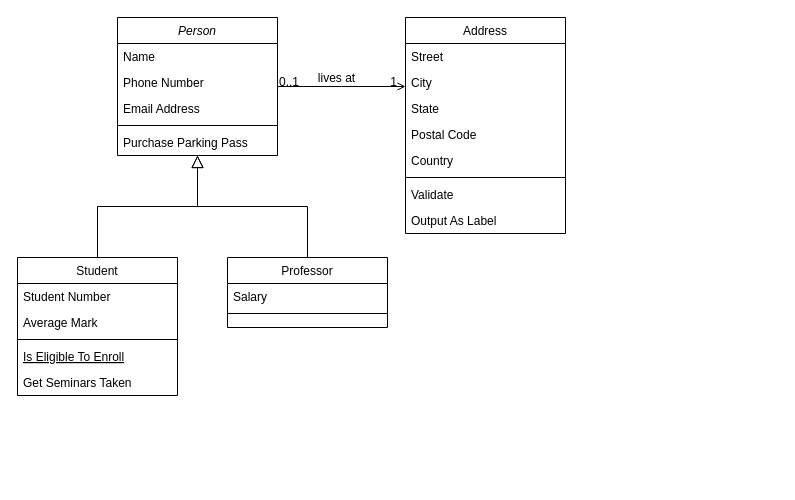
Fatiroot/dashboard_movies-series keeps this draw.io diagram as Diagramme sans nom.drawio. Above is the earlier version. Source tidied: cells renumbered, new cells numbered last; positions are measured from the earlier drawing's top-left corner, leaving out a move shared by most shapes. Both pictures are drawn from the tidied source at 100%, with x=0, y=0 at pixel (17, 17).
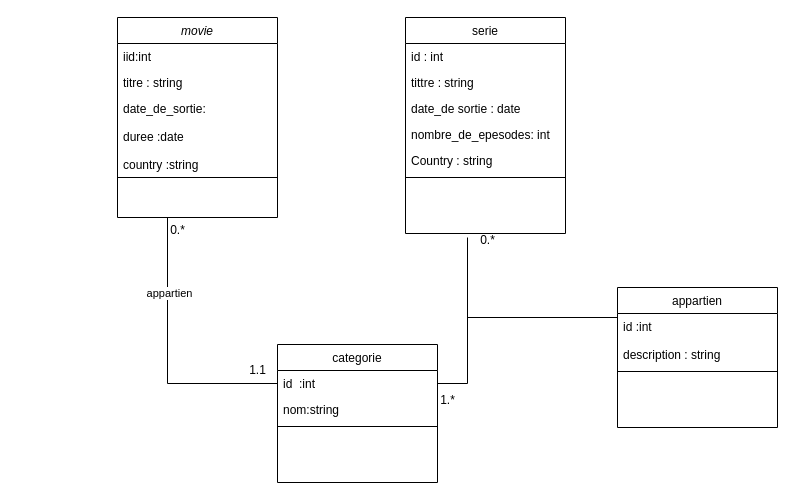
Above is the later version.

Commit message:
Mettre à jour Diagramme classe

Diff of the diagram source:
```diff
@@
-    <mxCell id="2" value="Person" style="swimlane;fontStyle=2;align=center;verticalAlign=top;horizontal=1;startSize=26;rounded=0;shadow=0;strokeWidth=1;" parent="1" vertex="1">
-      <mxGeometry x="100" width="160" height="138" as="geometry" />
+    <mxCell id="2" value="movie" style="swimlane;fontStyle=2;align=center;verticalAlign=top;horizontal=1;startSize=26;rounded=0;shadow=0;strokeWidth=1;" parent="1" vertex="1">
+      <mxGeometry x="100" width="160" height="200" as="geometry" />
     </mxCell>
-    <mxCell id="3" value="Name" style="text;align=left;verticalAlign=top;spacingLeft=4;spacingRight=4;overflow=hidden;" parent="2" vertex="1">
+    <mxCell id="3" value="iid:int" style="text;align=left;verticalAlign=top;spacingLeft=4;spacingRight=4;overflow=hidden;" parent="2" vertex="1">
       <mxGeometry y="26" width="160" height="26" as="geometry" />
     </mxCell>
-    <mxCell id="4" value="Phone Number" style="text;align=left;verticalAlign=top;spacingLeft=4;spacingRight=4;overflow=hidden;rounded=0;shadow=0;html=0;" parent="2" vertex="1">
+    <mxCell id="4" value="titre : string" style="text;align=left;verticalAlign=top;spacingLeft=4;spacingRight=4;overflow=hidden;rounded=0;shadow=0;html=0;" parent="2" vertex="1">
       <mxGeometry y="52" width="160" height="26" as="geometry" />
     </mxCell>
-    <mxCell id="5" value="Email Address" style="text;align=left;verticalAlign=top;spacingLeft=4;spacingRight=4;overflow=hidden;rounded=0;shadow=0;html=0;" parent="2" vertex="1">
-      <mxGeometry y="78" width="160" height="26" as="geometry" />
+    <mxCell id="5" value="date_de_sortie:&#10;&#10;duree :date&#10;&#10;country :string&#10;&#10;" style="text;align=left;verticalAlign=top;spacingLeft=4;spacingRight=4;overflow=hidden;rounded=0;shadow=0;html=0;" parent="2" vertex="1">
+      <mxGeometry y="78" width="160" height="72" as="geometry" />
     </mxCell>
     <mxCell id="6" style="line;html=1;strokeWidth=1;align=left;verticalAlign=middle;spacingTop=-1;spacingLeft=3;spacingRight=3;labelPosition=right;" parent="2" vertex="1">
-      <mxGeometry y="104" width="160" height="8" as="geometry" />
+      <mxGeometry y="150" width="160" height="20" as="geometry" />
     </mxCell>
-    <mxCell id="7" value="Purchase Parking Pass" style="text;align=left;verticalAlign=top;spacingLeft=4;spacingRight=4;overflow=hidden;" parent="2" vertex="1">
-      <mxGeometry y="112" width="160" height="26" as="geometry" />
-    </mxCell>
-    <mxCell id="8" value="Student" style="swimlane;fontStyle=0;align=center;verticalAlign=top;horizontal=1;startSize=26;rounded=0;shadow=0;strokeWidth=1;" parent="1" vertex="1">
-      <mxGeometry y="240" width="160" height="138" as="geometry" />
+    <mxCell id="8" value="categorie" style="swimlane;fontStyle=0;align=center;verticalAlign=top;horizontal=1;startSize=26;rounded=0;shadow=0;strokeWidth=1;" parent="1" vertex="1">
+      <mxGeometry x="260" y="327" width="160" height="138" as="geometry" />
     </mxCell>
-    <mxCell id="9" value="Student Number" style="text;align=left;verticalAlign=top;spacingLeft=4;spacingRight=4;overflow=hidden;points=[[0,0.5],[1,0.5]];portConstraint=eastwest;" parent="8" vertex="1">
+    <mxCell id="9" value="id  :int" style="text;align=left;verticalAlign=top;spacingLeft=4;spacingRight=4;overflow=hidden;points=[[0,0.5],[1,0.5]];portConstraint=eastwest;" parent="8" vertex="1">
       <mxGeometry y="26" width="160" height="26" as="geometry" />
     </mxCell>
-    <mxCell id="10" value="Average Mark" style="text;align=left;verticalAlign=top;spacingLeft=4;spacingRight=4;overflow=hidden;rounded=0;shadow=0;html=0;" parent="8" vertex="1">
+    <mxCell id="10" value="nom:string" style="text;align=left;verticalAlign=top;spacingLeft=4;spacingRight=4;overflow=hidden;rounded=0;shadow=0;html=0;" parent="8" vertex="1">
       <mxGeometry y="52" width="160" height="26" as="geometry" />
     </mxCell>
@@
-    <mxCell id="12" value="Is Eligible To Enroll" style="text;align=left;verticalAlign=top;spacingLeft=4;spacingRight=4;overflow=hidden;fontStyle=4;" parent="8" vertex="1">
-      <mxGeometry y="86" width="160" height="26" as="geometry" />
-    </mxCell>
-    <mxCell id="13" value="Get Seminars Taken" style="text;align=left;verticalAlign=top;spacingLeft=4;spacingRight=4;overflow=hidden;" parent="8" vertex="1">
-      <mxGeometry y="112" width="160" height="26" as="geometry" />
-    </mxCell>
-    <mxCell id="14" style="endArrow=block;endSize=10;endFill=0;shadow=0;strokeWidth=1;rounded=0;edgeStyle=elbowEdgeStyle;elbow=vertical;" parent="1" edge="1" source="8" target="2">
-      <mxGeometry relative="1" as="geometry" />
-    </mxCell>
-    <mxCell id="15" value="Professor" style="swimlane;fontStyle=0;align=center;verticalAlign=top;horizontal=1;startSize=26;rounded=0;shadow=0;strokeWidth=1;" parent="1" vertex="1">
-      <mxGeometry x="210" y="240" width="160" height="70" as="geometry" />
+    <mxCell id="15" value="appartien" style="swimlane;fontStyle=0;align=center;verticalAlign=top;horizontal=1;startSize=26;rounded=0;shadow=0;strokeWidth=1;" parent="1" vertex="1">
+      <mxGeometry x="600" y="270" width="160" height="140" as="geometry" />
     </mxCell>
-    <mxCell id="16" value="Salary" style="text;align=left;verticalAlign=top;spacingLeft=4;spacingRight=4;overflow=hidden;" parent="15" vertex="1">
-      <mxGeometry y="26" width="160" height="26" as="geometry" />
+    <mxCell id="16" value="id :int&#10;&#10;description : string" style="text;align=left;verticalAlign=top;spacingLeft=4;spacingRight=4;overflow=hidden;" parent="15" vertex="1">
+      <mxGeometry y="26" width="160" height="54" as="geometry" />
     </mxCell>
     <mxCell id="17" style="line;html=1;strokeWidth=1;align=left;verticalAlign=middle;spacingTop=-1;spacingLeft=3;spacingRight=3;labelPosition=right;" parent="15" vertex="1">
-      <mxGeometry y="52" width="160" height="8" as="geometry" />
+      <mxGeometry y="80" width="160" height="8" as="geometry" />
     </mxCell>
-    <mxCell id="18" style="endArrow=block;endSize=10;endFill=0;shadow=0;strokeWidth=1;rounded=0;edgeStyle=elbowEdgeStyle;elbow=vertical;" parent="1" edge="1" source="15" target="2">
-      <mxGeometry relative="1" as="geometry" />
-    </mxCell>
-    <mxCell id="19" value="Address" style="swimlane;fontStyle=0;align=center;verticalAlign=top;horizontal=1;startSize=26;rounded=0;shadow=0;strokeWidth=1;" parent="1" vertex="1">
+    <mxCell id="19" value="serie" style="swimlane;fontStyle=0;align=center;verticalAlign=top;horizontal=1;startSize=26;rounded=0;shadow=0;strokeWidth=1;" parent="1" vertex="1">
       <mxGeometry x="388" width="160" height="216" as="geometry" />
     </mxCell>
-    <mxCell id="20" value="Street" style="text;align=left;verticalAlign=top;spacingLeft=4;spacingRight=4;overflow=hidden;" parent="19" vertex="1">
+    <mxCell id="20" value="id : int" style="text;align=left;verticalAlign=top;spacingLeft=4;spacingRight=4;overflow=hidden;" parent="19" vertex="1">
       <mxGeometry y="26" width="160" height="26" as="geometry" />
     </mxCell>
-    <mxCell id="21" value="City" style="text;align=left;verticalAlign=top;spacingLeft=4;spacingRight=4;overflow=hidden;rounded=0;shadow=0;html=0;" parent="19" vertex="1">
+    <mxCell id="21" value="tittre : string" style="text;align=left;verticalAlign=top;spacingLeft=4;spacingRight=4;overflow=hidden;rounded=0;shadow=0;html=0;" parent="19" vertex="1">
       <mxGeometry y="52" width="160" height="26" as="geometry" />
     </mxCell>
-    <mxCell id="22" value="State" style="text;align=left;verticalAlign=top;spacingLeft=4;spacingRight=4;overflow=hidden;rounded=0;shadow=0;html=0;" parent="19" vertex="1">
+    <mxCell id="22" value="date_de sortie : date" style="text;align=left;verticalAlign=top;spacingLeft=4;spacingRight=4;overflow=hidden;rounded=0;shadow=0;html=0;" parent="19" vertex="1">
       <mxGeometry y="78" width="160" height="26" as="geometry" />
     </mxCell>
-    <mxCell id="23" value="Postal Code" style="text;align=left;verticalAlign=top;spacingLeft=4;spacingRight=4;overflow=hidden;rounded=0;shadow=0;html=0;" parent="19" vertex="1">
+    <mxCell id="23" value="nombre_de_epesodes: int" style="text;align=left;verticalAlign=top;spacingLeft=4;spacingRight=4;overflow=hidden;rounded=0;shadow=0;html=0;" parent="19" vertex="1">
       <mxGeometry y="104" width="160" height="26" as="geometry" />
     </mxCell>
-    <mxCell id="24" value="Country" style="text;align=left;verticalAlign=top;spacingLeft=4;spacingRight=4;overflow=hidden;rounded=0;shadow=0;html=0;" parent="19" vertex="1">
+    <mxCell id="24" value="Country : string" style="text;align=left;verticalAlign=top;spacingLeft=4;spacingRight=4;overflow=hidden;rounded=0;shadow=0;html=0;" parent="19" vertex="1">
       <mxGeometry y="130" width="160" height="26" as="geometry" />
     </mxCell>
@@
-    <mxCell id="26" value="Validate" style="text;align=left;verticalAlign=top;spacingLeft=4;spacingRight=4;overflow=hidden;" parent="19" vertex="1">
-      <mxGeometry y="164" width="160" height="26" as="geometry" />
-    </mxCell>
-    <mxCell id="27" value="Output As Label" style="text;align=left;verticalAlign=top;spacingLeft=4;spacingRight=4;overflow=hidden;" parent="19" vertex="1">
-      <mxGeometry y="190" width="160" height="26" as="geometry" />
-    </mxCell>
-    <mxCell id="28" style="endArrow=open;shadow=0;strokeWidth=1;rounded=0;endFill=1;edgeStyle=elbowEdgeStyle;elbow=vertical;" parent="1" edge="1" source="2" target="19">
-      <mxGeometry x="0.5" y="41" relative="1" as="geometry">
-        <mxPoint x="-40" y="32" as="offset" />
-      </mxGeometry>
-    </mxCell>
-    <mxCell id="29" value="0..1" style="align=left;verticalAlign=bottom;labelBackgroundColor=none;fontSize=12;" parent="28" vertex="1">
-      <mxGeometry x="-1" relative="1" as="geometry">
-        <mxPoint y="4" as="offset" />
-      </mxGeometry>
-    </mxCell>
-    <mxCell id="30" value="1" style="align=right;verticalAlign=bottom;labelBackgroundColor=none;fontSize=12;" parent="28" vertex="1">
-      <mxGeometry x="1" relative="1" as="geometry">
-        <mxPoint x="-7" y="4" as="offset" />
-      </mxGeometry>
-    </mxCell>
-    <mxCell id="31" value="lives at" style="text;html=1;align=center;verticalAlign=middle;labelBackgroundColor=none;rounded=0;shadow=0;strokeWidth=1;fontSize=12;" parent="28" vertex="1">
-      <mxGeometry x="0.5" y="49" relative="1" as="geometry">
-        <mxPoint x="-38" y="40" as="offset" />
-      </mxGeometry>
-    </mxCell>
+    <mxCell id="32" style="endArrow=none;html=1;rounded=0;exitX=0;exitY=0.5;exitDx=0;exitDy=0;" parent="1" edge="1" source="9">
+      <mxGeometry relative="1" as="geometry">
+        <mxPoint x="150" y="200" as="targetPoint" />
+        <Array as="points">
+          <mxPoint x="150" y="366" />
+        </Array>
+      </mxGeometry>
+    </mxCell>
+    <mxCell id="33" value="appartien" style="edgeLabel;html=1;align=center;verticalAlign=middle;" parent="32" vertex="1">
+      <mxGeometry x="0.46" y="-1" relative="1" as="geometry" />
+    </mxCell>
+    <mxCell id="34" style="endArrow=none;html=1;rounded=0;exitX=1;exitY=0.5;exitDx=0;exitDy=0;" parent="1" edge="1" source="9">
+      <mxGeometry relative="1" as="geometry">
+        <mxPoint x="450" y="220" as="targetPoint" />
+        <Array as="points">
+          <mxPoint x="450" y="366" />
+        </Array>
+      </mxGeometry>
+    </mxCell>
+    <mxCell id="35" value="0.*" style="text;html=1;align=center;verticalAlign=middle;strokeColor=none;fillColor=none;" parent="1" vertex="1">
+      <mxGeometry x="140" y="198" width="40" height="30" as="geometry" />
+    </mxCell>
+    <mxCell id="36" value="1.1" style="text;html=1;align=center;verticalAlign=middle;strokeColor=none;fillColor=none;" parent="1" vertex="1">
+      <mxGeometry x="220" y="338" width="40" height="30" as="geometry" />
+    </mxCell>
+    <mxCell id="37" style="endArrow=none;html=1;rounded=0;" parent="1" edge="1">
+      <mxGeometry relative="1" as="geometry">
+        <mxPoint x="450" y="300" as="sourcePoint" />
+        <mxPoint x="600" y="300" as="targetPoint" />
+      </mxGeometry>
+    </mxCell>
+    <mxCell id="38" value="0.*" style="text;html=1;align=center;verticalAlign=middle;strokeColor=none;fillColor=none;" parent="1" vertex="1">
+      <mxGeometry x="450" y="208" width="40" height="30" as="geometry" />
+    </mxCell>
+    <mxCell id="39" value="1.*" style="text;html=1;align=center;verticalAlign=middle;strokeColor=none;fillColor=none;" parent="1" vertex="1">
+      <mxGeometry x="410" y="368" width="40" height="30" as="geometry" />
+    </mxCell>
```
